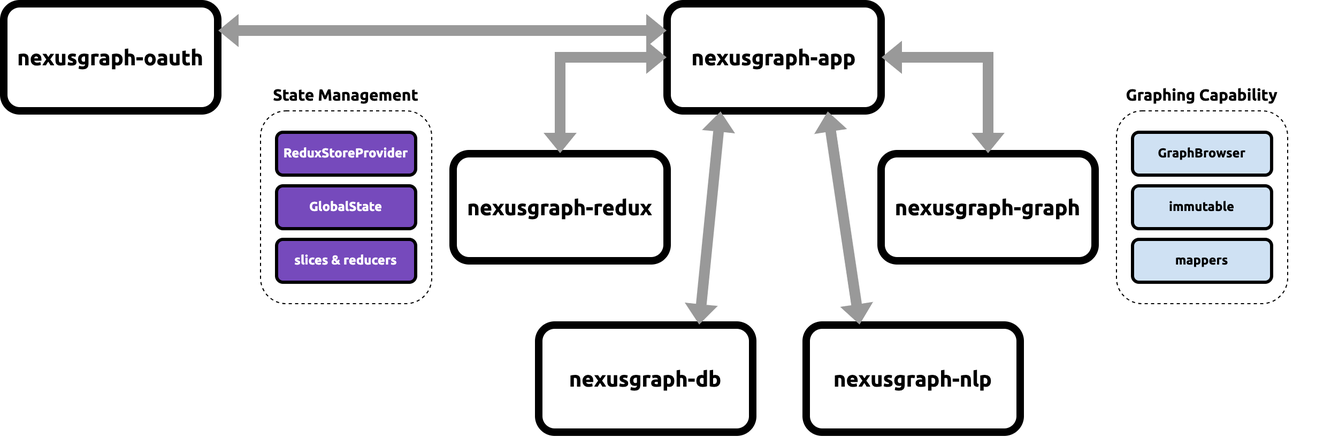
Earlier version of the draw.io export docs/docs/img/high-level-design.png (QubitPi/nexusgraph-old). Source tidied: cells renumbered, new cells last; positions are measured from the earlier drawing's top-left corner, leaving out a move shared by most shapes. The source it was exported from:
```xml
<mxGraphModel>
  <root>
    <mxCell id="0" />
    <mxCell id="1" parent="0" />
    <mxCell id="2" value="&lt;font style=&quot;font-size: 20px;&quot; face=&quot;Ubuntu&quot;&gt;&lt;b&gt;nexusgraph-app&lt;/b&gt;&lt;/font&gt;" style="rounded=1;whiteSpace=wrap;html=1;fillColor=none;strokeWidth=7;" parent="1" vertex="1">
      <mxGeometry x="620" width="200" height="100" as="geometry" />
    </mxCell>
    <mxCell id="3" value="&lt;font style=&quot;font-size: 20px;&quot; face=&quot;Ubuntu&quot;&gt;&lt;b&gt;nexusgraph-redux&lt;/b&gt;&lt;/font&gt;" style="rounded=1;whiteSpace=wrap;html=1;fillColor=none;strokeWidth=7;" parent="1" vertex="1">
      <mxGeometry x="420" y="140" width="200" height="100" as="geometry" />
    </mxCell>
    <mxCell id="4" value="&lt;font style=&quot;font-size: 20px;&quot; face=&quot;Ubuntu&quot;&gt;&lt;b&gt;nexusgraph-graph&lt;/b&gt;&lt;/font&gt;" style="rounded=1;whiteSpace=wrap;html=1;fillColor=none;strokeWidth=7;" parent="1" vertex="1">
      <mxGeometry x="820" y="140" width="200" height="100" as="geometry" />
    </mxCell>
    <mxCell id="5" value="&lt;font style=&quot;font-size: 20px;&quot; face=&quot;Ubuntu&quot;&gt;&lt;b&gt;nexusgraph-db&lt;/b&gt;&lt;/font&gt;" style="rounded=1;whiteSpace=wrap;html=1;fillColor=none;strokeWidth=7;" parent="1" vertex="1">
      <mxGeometry x="500" y="300" width="200" height="100" as="geometry" />
    </mxCell>
    <mxCell id="6" value="&lt;font style=&quot;font-size: 20px;&quot; face=&quot;Ubuntu&quot;&gt;&lt;b&gt;nexusgraph-nlp&lt;/b&gt;&lt;/font&gt;" style="rounded=1;whiteSpace=wrap;html=1;fillColor=none;strokeWidth=7;" parent="1" vertex="1">
      <mxGeometry x="750" y="300" width="200" height="100" as="geometry" />
    </mxCell>
    <mxCell id="7" value="&lt;font style=&quot;font-size: 20px;&quot; face=&quot;Ubuntu&quot;&gt;&lt;b&gt;nexusgraph-oauth&lt;/b&gt;&lt;/font&gt;" style="rounded=1;whiteSpace=wrap;html=1;fillColor=none;strokeWidth=7;" parent="1" vertex="1">
      <mxGeometry width="200" height="100" as="geometry" />
    </mxCell>
    <mxCell id="8" style="shape=flexArrow;endArrow=classic;startArrow=classic;html=1;rounded=0;entryX=0;entryY=0.5;entryDx=0;entryDy=0;exitX=0.5;exitY=0;exitDx=0;exitDy=0;strokeColor=none;fillColor=#999999;" parent="1" edge="1" source="3" target="2">
      <mxGeometry relative="1" as="geometry">
        <Array as="points">
          <mxPoint x="520" y="50" />
        </Array>
      </mxGeometry>
    </mxCell>
    <mxCell id="9" style="shape=flexArrow;endArrow=classic;startArrow=classic;html=1;rounded=0;exitX=1;exitY=0.5;exitDx=0;exitDy=0;entryX=0.5;entryY=0;entryDx=0;entryDy=0;fillColor=#999999;strokeColor=none;" parent="1" edge="1" source="2" target="4">
      <mxGeometry relative="1" as="geometry">
        <Array as="points">
          <mxPoint x="920" y="50" />
        </Array>
      </mxGeometry>
    </mxCell>
    <mxCell id="10" style="shape=flexArrow;endArrow=classic;startArrow=classic;html=1;rounded=0;entryX=0.25;entryY=1;entryDx=0;entryDy=0;exitX=0.75;exitY=0;exitDx=0;exitDy=0;strokeColor=none;fillColor=#999999;" parent="1" edge="1" source="5" target="2">
      <mxGeometry relative="1" as="geometry" />
    </mxCell>
    <mxCell id="11" style="shape=flexArrow;endArrow=classic;startArrow=classic;html=1;rounded=0;entryX=0.75;entryY=1;entryDx=0;entryDy=0;exitX=0.25;exitY=0;exitDx=0;exitDy=0;fillColor=#999999;strokeColor=none;" parent="1" edge="1" source="6" target="2">
      <mxGeometry relative="1" as="geometry" />
    </mxCell>
    <mxCell id="12" style="rounded=1;whiteSpace=wrap;html=1;fillColor=none;dashed=1;" parent="1" vertex="1">
      <mxGeometry x="1040" y="100" width="160" height="180" as="geometry" />
    </mxCell>
    <mxCell id="13" value="&lt;b&gt;&lt;font face=&quot;Ubuntu&quot;&gt;GraphBrowser&lt;/font&gt;&lt;/b&gt;" style="rounded=1;whiteSpace=wrap;html=1;fillColor=#CFE1F3;strokeWidth=3;" parent="1" vertex="1">
      <mxGeometry x="1055" y="120" width="130" height="40" as="geometry" />
    </mxCell>
    <mxCell id="14" value="&lt;b&gt;&lt;font face=&quot;Ubuntu&quot;&gt;immutable&lt;/font&gt;&lt;/b&gt;&lt;span style=&quot;color: rgba(0, 0, 0, 0); font-family: monospace; font-size: 0px; text-align: start; text-wrap: nowrap;&quot;&gt;%3CmxGraphModel%3E%3Croot%3E%3CmxCell%20id%3D%220%22%2F%3E%3CmxCell%20id%3D%221%22%20parent%3D%220%22%2F%3E%3CmxCell%20id%3D%222%22%20value%3D%22%26lt%3Bb%26gt%3B%26lt%3Bfont%20face%3D%26quot%3BUbuntu%26quot%3B%26gt%3BGraphBrowser%26lt%3B%2Ffont%26gt%3B%26lt%3B%2Fb%26gt%3B%22%20style%3D%22rounded%3D1%3BwhiteSpace%3Dwrap%3Bhtml%3D1%3BfillColor%3Dnone%3BstrokeWidth%3D5%3B%22%20vertex%3D%221%22%20parent%3D%221%22%3E%3CmxGeometry%20x%3D%22775%22%20y%3D%22420%22%20width%3D%22130%22%20height%3D%2240%22%20as%3D%22geometry%22%2F%3E%3C%2FmxCell%3E%3C%2Froot%3E%3C%2FmxGraphModel%3E&lt;/span&gt;" style="rounded=1;whiteSpace=wrap;html=1;fillColor=#CFE1F3;strokeWidth=3;" parent="1" vertex="1">
      <mxGeometry x="1055" y="170" width="130" height="40" as="geometry" />
    </mxCell>
    <mxCell id="15" value="&lt;font face=&quot;Ubuntu&quot;&gt;&lt;b&gt;mappers&lt;/b&gt;&lt;/font&gt;" style="rounded=1;whiteSpace=wrap;html=1;fillColor=#CFE1F3;strokeWidth=3;" parent="1" vertex="1">
      <mxGeometry x="1055" y="220" width="130" height="40" as="geometry" />
    </mxCell>
    <mxCell id="16" value="&lt;font face=&quot;Ubuntu&quot;&gt;&lt;span style=&quot;font-size: 15px;&quot;&gt;&lt;b&gt;Graphing Capability&lt;/b&gt;&lt;/span&gt;&lt;/font&gt;" style="text;html=1;align=center;verticalAlign=middle;whiteSpace=wrap;rounded=0;" parent="1" vertex="1">
      <mxGeometry x="1000" y="70" width="240" height="30" as="geometry" />
    </mxCell>
    <mxCell id="17" style="rounded=1;whiteSpace=wrap;html=1;fillColor=none;dashed=1;" parent="1" vertex="1">
      <mxGeometry x="240" y="100" width="160" height="180" as="geometry" />
    </mxCell>
    <mxCell id="18" value="&lt;font face=&quot;Ubuntu&quot; color=&quot;#ffffff&quot;&gt;&lt;b&gt;ReduxStoreProvider&lt;/b&gt;&lt;/font&gt;" style="rounded=1;whiteSpace=wrap;html=1;fillColor=#764ABC;strokeWidth=3;" parent="1" vertex="1">
      <mxGeometry x="255" y="120" width="130" height="40" as="geometry" />
    </mxCell>
    <mxCell id="19" value="&lt;font color=&quot;#ffffff&quot; face=&quot;Ubuntu&quot;&gt;&lt;b&gt;GlobalState&lt;/b&gt;&lt;/font&gt;" style="rounded=1;whiteSpace=wrap;html=1;fillColor=#764ABC;strokeWidth=3;" parent="1" vertex="1">
      <mxGeometry x="255" y="170" width="130" height="40" as="geometry" />
    </mxCell>
    <mxCell id="20" value="&lt;font color=&quot;#ffffff&quot; face=&quot;Ubuntu&quot;&gt;&lt;b&gt;slices &amp;amp; reducers&lt;/b&gt;&lt;/font&gt;" style="rounded=1;whiteSpace=wrap;html=1;fillColor=#764ABC;strokeWidth=3;" parent="1" vertex="1">
      <mxGeometry x="255" y="220" width="130" height="40" as="geometry" />
    </mxCell>
    <mxCell id="21" value="&lt;font face=&quot;Ubuntu&quot;&gt;&lt;span style=&quot;font-size: 15px;&quot;&gt;&lt;b&gt;State Management&lt;/b&gt;&lt;/span&gt;&lt;/font&gt;" style="text;html=1;align=center;verticalAlign=middle;whiteSpace=wrap;rounded=0;" parent="1" vertex="1">
      <mxGeometry x="200" y="70" width="240" height="30" as="geometry" />
    </mxCell>
    <mxCell id="22" style="shape=flexArrow;endArrow=classic;startArrow=classic;html=1;rounded=0;exitX=1;exitY=0.25;exitDx=0;exitDy=0;entryX=0;entryY=0.25;entryDx=0;entryDy=0;fillColor=#999999;strokeColor=none;" parent="1" edge="1" source="7" target="2">
      <mxGeometry relative="1" as="geometry" />
    </mxCell>
  </root>
</mxGraphModel>
```
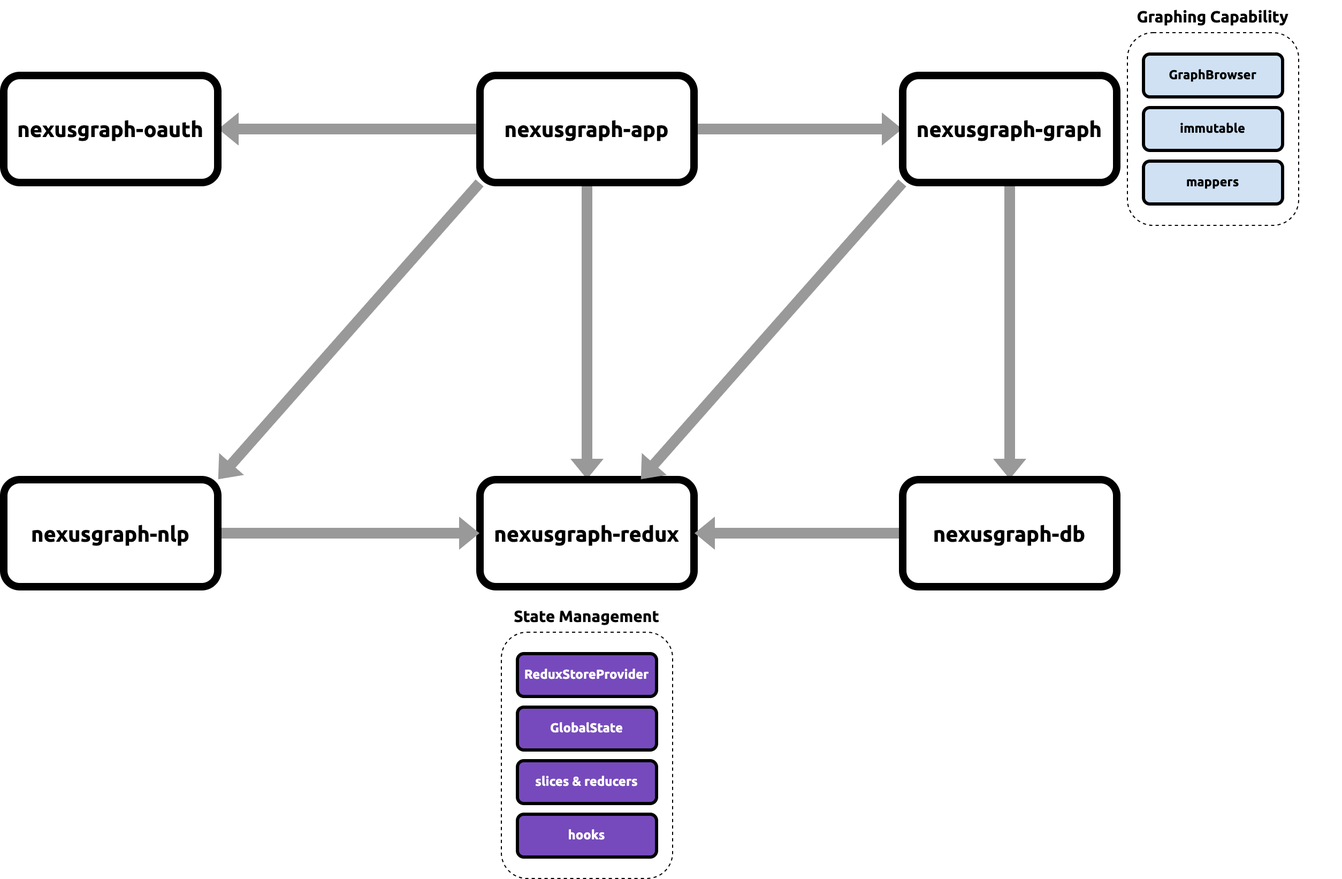
After the change.

Change to the diagram source:
```diff
@@ -2,76 +2,80 @@
   <root>
     <mxCell id="0" />
     <mxCell id="1" parent="0" />
+    <mxCell id="23" style="edgeStyle=orthogonalEdgeStyle;rounded=0;jettySize=auto;html=1;exitX=0.5;exitY=1;exitDx=0;exitDy=0;shape=flexArrow;fillColor=#999999;strokeColor=none;" parent="1" edge="1" source="2" target="3">
+      <mxGeometry relative="1" as="geometry" />
+    </mxCell>
+    <mxCell id="9" style="edgeStyle=orthogonalEdgeStyle;rounded=0;jettySize=auto;html=1;exitX=1;exitY=0.5;exitDx=0;exitDy=0;shape=flexArrow;fillColor=#999999;strokeColor=none;" parent="1" edge="1" source="2" target="4">
+      <mxGeometry relative="1" as="geometry" />
+    </mxCell>
+    <mxCell id="24" style="edgeStyle=orthogonalEdgeStyle;rounded=0;jettySize=auto;html=1;exitX=0;exitY=0.5;exitDx=0;exitDy=0;entryX=1;entryY=0.5;entryDx=0;entryDy=0;shape=flexArrow;fillColor=#999999;strokeColor=none;" parent="1" edge="1" source="2" target="7">
+      <mxGeometry relative="1" as="geometry" />
+    </mxCell>
+    <mxCell id="25" style="rounded=0;jettySize=auto;html=1;exitX=0;exitY=1;exitDx=0;exitDy=0;entryX=1;entryY=0;entryDx=0;entryDy=0;shape=flexArrow;fillColor=#999999;strokeColor=none;" parent="1" edge="1" source="2" target="6">
+      <mxGeometry relative="1" as="geometry" />
+    </mxCell>
     <mxCell id="2" value="&lt;font style=&quot;font-size: 20px;&quot; face=&quot;Ubuntu&quot;&gt;&lt;b&gt;nexusgraph-app&lt;/b&gt;&lt;/font&gt;" style="rounded=1;whiteSpace=wrap;html=1;fillColor=none;strokeWidth=7;" parent="1" vertex="1">
-      <mxGeometry x="620" width="200" height="100" as="geometry" />
+      <mxGeometry x="445" y="-140" width="200" height="100" as="geometry" />
     </mxCell>
     <mxCell id="3" value="&lt;font style=&quot;font-size: 20px;&quot; face=&quot;Ubuntu&quot;&gt;&lt;b&gt;nexusgraph-redux&lt;/b&gt;&lt;/font&gt;" style="rounded=1;whiteSpace=wrap;html=1;fillColor=none;strokeWidth=7;" parent="1" vertex="1">
-      <mxGeometry x="420" y="140" width="200" height="100" as="geometry" />
+      <mxGeometry x="445" y="237.5" width="200" height="100" as="geometry" />
     </mxCell>
+    <mxCell id="26" style="edgeStyle=orthogonalEdgeStyle;rounded=0;jettySize=auto;html=1;exitX=0.5;exitY=1;exitDx=0;exitDy=0;shape=flexArrow;fillColor=#999999;strokeColor=none;" parent="1" edge="1" source="4" target="5">
+      <mxGeometry relative="1" as="geometry" />
+    </mxCell>
+    <mxCell id="27" style="rounded=0;jettySize=auto;html=1;exitX=0;exitY=1;exitDx=0;exitDy=0;entryX=0.75;entryY=0;entryDx=0;entryDy=0;elbow=vertical;shape=flexArrow;fillColor=#999999;strokeColor=none;" parent="1" edge="1" source="4" target="3">
+      <mxGeometry relative="1" as="geometry" />
+    </mxCell>
     <mxCell id="4" value="&lt;font style=&quot;font-size: 20px;&quot; face=&quot;Ubuntu&quot;&gt;&lt;b&gt;nexusgraph-graph&lt;/b&gt;&lt;/font&gt;" style="rounded=1;whiteSpace=wrap;html=1;fillColor=none;strokeWidth=7;" parent="1" vertex="1">
-      <mxGeometry x="820" y="140" width="200" height="100" as="geometry" />
+      <mxGeometry x="840" y="-140" width="200" height="100" as="geometry" />
     </mxCell>
+    <mxCell id="28" style="edgeStyle=orthogonalEdgeStyle;rounded=0;jettySize=auto;html=1;exitX=0;exitY=0.5;exitDx=0;exitDy=0;entryX=1;entryY=0.5;entryDx=0;entryDy=0;shape=flexArrow;fillColor=#999999;strokeColor=none;" parent="1" edge="1" source="5" target="3">
+      <mxGeometry relative="1" as="geometry" />
+    </mxCell>
     <mxCell id="5" value="&lt;font style=&quot;font-size: 20px;&quot; face=&quot;Ubuntu&quot;&gt;&lt;b&gt;nexusgraph-db&lt;/b&gt;&lt;/font&gt;" style="rounded=1;whiteSpace=wrap;html=1;fillColor=none;strokeWidth=7;" parent="1" vertex="1">
-      <mxGeometry x="500" y="300" width="200" height="100" as="geometry" />
+      <mxGeometry x="840" y="237.5" width="200" height="100" as="geometry" />
     </mxCell>
+    <mxCell id="29" style="edgeStyle=orthogonalEdgeStyle;rounded=0;jettySize=auto;html=1;exitX=1;exitY=0.5;exitDx=0;exitDy=0;shape=flexArrow;fillColor=#999999;strokeColor=none;" parent="1" edge="1" source="6" target="3">
+      <mxGeometry relative="1" as="geometry" />
+    </mxCell>
     <mxCell id="6" value="&lt;font style=&quot;font-size: 20px;&quot; face=&quot;Ubuntu&quot;&gt;&lt;b&gt;nexusgraph-nlp&lt;/b&gt;&lt;/font&gt;" style="rounded=1;whiteSpace=wrap;html=1;fillColor=none;strokeWidth=7;" parent="1" vertex="1">
-      <mxGeometry x="750" y="300" width="200" height="100" as="geometry" />
+      <mxGeometry y="237.5" width="200" height="100" as="geometry" />
     </mxCell>
     <mxCell id="7" value="&lt;font style=&quot;font-size: 20px;&quot; face=&quot;Ubuntu&quot;&gt;&lt;b&gt;nexusgraph-oauth&lt;/b&gt;&lt;/font&gt;" style="rounded=1;whiteSpace=wrap;html=1;fillColor=none;strokeWidth=7;" parent="1" vertex="1">
-      <mxGeometry width="200" height="100" as="geometry" />
+      <mxGeometry y="-140" width="200" height="100" as="geometry" />
     </mxCell>
-    <mxCell id="8" style="shape=flexArrow;endArrow=classic;startArrow=classic;html=1;rounded=0;entryX=0;entryY=0.5;entryDx=0;entryDy=0;exitX=0.5;exitY=0;exitDx=0;exitDy=0;strokeColor=none;fillColor=#999999;" parent="1" edge="1" source="3" target="2">
-      <mxGeometry relative="1" as="geometry">
-        <Array as="points">
-          <mxPoint x="520" y="50" />
-        </Array>
-      </mxGeometry>
-    </mxCell>
-    <mxCell id="9" style="shape=flexArrow;endArrow=classic;startArrow=classic;html=1;rounded=0;exitX=1;exitY=0.5;exitDx=0;exitDy=0;entryX=0.5;entryY=0;entryDx=0;entryDy=0;fillColor=#999999;strokeColor=none;" parent="1" edge="1" source="2" target="4">
-      <mxGeometry relative="1" as="geometry">
-        <Array as="points">
-          <mxPoint x="920" y="50" />
-        </Array>
-      </mxGeometry>
-    </mxCell>
-    <mxCell id="10" style="shape=flexArrow;endArrow=classic;startArrow=classic;html=1;rounded=0;entryX=0.25;entryY=1;entryDx=0;entryDy=0;exitX=0.75;exitY=0;exitDx=0;exitDy=0;strokeColor=none;fillColor=#999999;" parent="1" edge="1" source="5" target="2">
-      <mxGeometry relative="1" as="geometry" />
-    </mxCell>
-    <mxCell id="11" style="shape=flexArrow;endArrow=classic;startArrow=classic;html=1;rounded=0;entryX=0.75;entryY=1;entryDx=0;entryDy=0;exitX=0.25;exitY=0;exitDx=0;exitDy=0;fillColor=#999999;strokeColor=none;" parent="1" edge="1" source="6" target="2">
-      <mxGeometry relative="1" as="geometry" />
-    </mxCell>
     <mxCell id="12" style="rounded=1;whiteSpace=wrap;html=1;fillColor=none;dashed=1;" parent="1" vertex="1">
-      <mxGeometry x="1040" y="100" width="160" height="180" as="geometry" />
+      <mxGeometry x="1050" y="-180" width="160" height="180" as="geometry" />
     </mxCell>
     <mxCell id="13" value="&lt;b&gt;&lt;font face=&quot;Ubuntu&quot;&gt;GraphBrowser&lt;/font&gt;&lt;/b&gt;" style="rounded=1;whiteSpace=wrap;html=1;fillColor=#CFE1F3;strokeWidth=3;" parent="1" vertex="1">
-      <mxGeometry x="1055" y="120" width="130" height="40" as="geometry" />
+      <mxGeometry x="1065" y="-160" width="130" height="40" as="geometry" />
     </mxCell>
     <mxCell id="14" value="&lt;b&gt;&lt;font face=&quot;Ubuntu&quot;&gt;immutable&lt;/font&gt;&lt;/b&gt;&lt;span style=&quot;color: rgba(0, 0, 0, 0); font-family: monospace; font-size: 0px; text-align: start; text-wrap: nowrap;&quot;&gt;%3CmxGraphModel%3E%3Croot%3E%3CmxCell%20id%3D%220%22%2F%3E%3CmxCell%20id%3D%221%22%20parent%3D%220%22%2F%3E%3CmxCell%20id%3D%222%22%20value%3D%22%26lt%3Bb%26gt%3B%26lt%3Bfont%20face%3D%26quot%3BUbuntu%26quot%3B%26gt%3BGraphBrowser%26lt%3B%2Ffont%26gt%3B%26lt%3B%2Fb%26gt%3B%22%20style%3D%22rounded%3D1%3BwhiteSpace%3Dwrap%3Bhtml%3D1%3BfillColor%3Dnone%3BstrokeWidth%3D5%3B%22%20vertex%3D%221%22%20parent%3D%221%22%3E%3CmxGeometry%20x%3D%22775%22%20y%3D%22420%22%20width%3D%22130%22%20height%3D%2240%22%20as%3D%22geometry%22%2F%3E%3C%2FmxCell%3E%3C%2Froot%3E%3C%2FmxGraphModel%3E&lt;/span&gt;" style="rounded=1;whiteSpace=wrap;html=1;fillColor=#CFE1F3;strokeWidth=3;" parent="1" vertex="1">
-      <mxGeometry x="1055" y="170" width="130" height="40" as="geometry" />
+      <mxGeometry x="1065" y="-110" width="130" height="40" as="geometry" />
     </mxCell>
     <mxCell id="15" value="&lt;font face=&quot;Ubuntu&quot;&gt;&lt;b&gt;mappers&lt;/b&gt;&lt;/font&gt;" style="rounded=1;whiteSpace=wrap;html=1;fillColor=#CFE1F3;strokeWidth=3;" parent="1" vertex="1">
-      <mxGeometry x="1055" y="220" width="130" height="40" as="geometry" />
+      <mxGeometry x="1065" y="-60" width="130" height="40" as="geometry" />
     </mxCell>
     <mxCell id="16" value="&lt;font face=&quot;Ubuntu&quot;&gt;&lt;span style=&quot;font-size: 15px;&quot;&gt;&lt;b&gt;Graphing Capability&lt;/b&gt;&lt;/span&gt;&lt;/font&gt;" style="text;html=1;align=center;verticalAlign=middle;whiteSpace=wrap;rounded=0;" parent="1" vertex="1">
-      <mxGeometry x="1000" y="70" width="240" height="30" as="geometry" />
+      <mxGeometry x="1010" y="-210" width="240" height="30" as="geometry" />
     </mxCell>
     <mxCell id="17" style="rounded=1;whiteSpace=wrap;html=1;fillColor=none;dashed=1;" parent="1" vertex="1">
-      <mxGeometry x="240" y="100" width="160" height="180" as="geometry" />
+      <mxGeometry x="465" y="380" width="160" height="230" as="geometry" />
     </mxCell>
     <mxCell id="18" value="&lt;font face=&quot;Ubuntu&quot; color=&quot;#ffffff&quot;&gt;&lt;b&gt;ReduxStoreProvider&lt;/b&gt;&lt;/font&gt;" style="rounded=1;whiteSpace=wrap;html=1;fillColor=#764ABC;strokeWidth=3;" parent="1" vertex="1">
-      <mxGeometry x="255" y="120" width="130" height="40" as="geometry" />
+      <mxGeometry x="480" y="400" width="130" height="40" as="geometry" />
     </mxCell>
     <mxCell id="19" value="&lt;font color=&quot;#ffffff&quot; face=&quot;Ubuntu&quot;&gt;&lt;b&gt;GlobalState&lt;/b&gt;&lt;/font&gt;" style="rounded=1;whiteSpace=wrap;html=1;fillColor=#764ABC;strokeWidth=3;" parent="1" vertex="1">
-      <mxGeometry x="255" y="170" width="130" height="40" as="geometry" />
+      <mxGeometry x="480" y="450" width="130" height="40" as="geometry" />
     </mxCell>
     <mxCell id="20" value="&lt;font color=&quot;#ffffff&quot; face=&quot;Ubuntu&quot;&gt;&lt;b&gt;slices &amp;amp; reducers&lt;/b&gt;&lt;/font&gt;" style="rounded=1;whiteSpace=wrap;html=1;fillColor=#764ABC;strokeWidth=3;" parent="1" vertex="1">
-      <mxGeometry x="255" y="220" width="130" height="40" as="geometry" />
+      <mxGeometry x="480" y="500" width="130" height="40" as="geometry" />
     </mxCell>
     <mxCell id="21" value="&lt;font face=&quot;Ubuntu&quot;&gt;&lt;span style=&quot;font-size: 15px;&quot;&gt;&lt;b&gt;State Management&lt;/b&gt;&lt;/span&gt;&lt;/font&gt;" style="text;html=1;align=center;verticalAlign=middle;whiteSpace=wrap;rounded=0;" parent="1" vertex="1">
-      <mxGeometry x="200" y="70" width="240" height="30" as="geometry" />
+      <mxGeometry x="425" y="350" width="240" height="30" as="geometry" />
     </mxCell>
-    <mxCell id="22" style="shape=flexArrow;endArrow=classic;startArrow=classic;html=1;rounded=0;exitX=1;exitY=0.25;exitDx=0;exitDy=0;entryX=0;entryY=0.25;entryDx=0;entryDy=0;fillColor=#999999;strokeColor=none;" parent="1" edge="1" source="7" target="2">
-      <mxGeometry relative="1" as="geometry" />
-    </mxCell>
+    <mxCell id="30" value="&lt;font color=&quot;#ffffff&quot; face=&quot;Ubuntu&quot;&gt;&lt;b&gt;hooks&lt;/b&gt;&lt;/font&gt;" style="rounded=1;whiteSpace=wrap;html=1;fillColor=#764ABC;strokeWidth=3;" parent="1" vertex="1">
+      <mxGeometry x="480" y="550" width="130" height="40" as="geometry" />
+    </mxCell>
   </root>
 </mxGraphModel>
```
